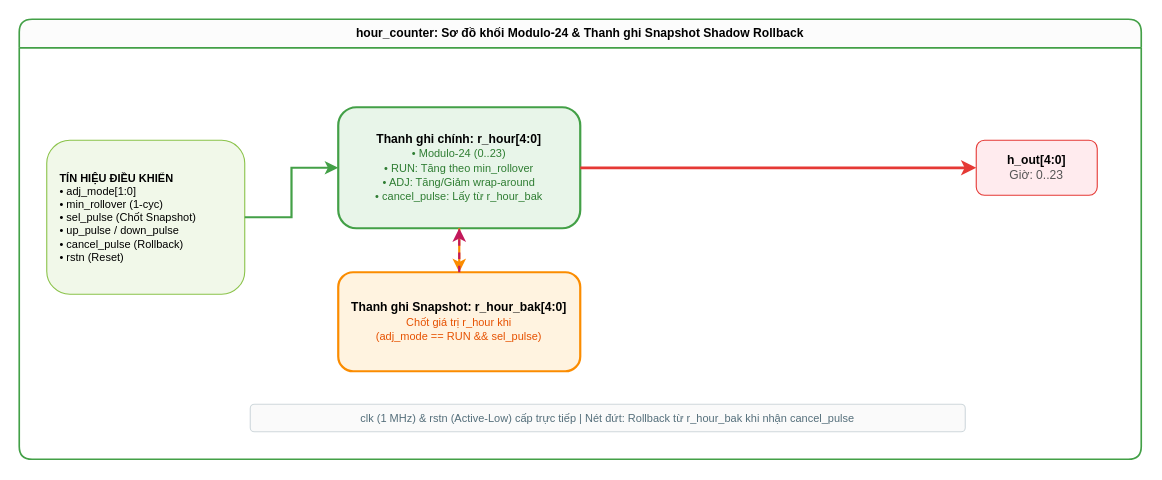
This is docs/diag_3_6_hour_counter.drawio from ngobinh1/Digital_Clock, a draw.io file, before an edit. Source tidied: cells renumbered, new cells numbered last; positions are measured from the earlier drawing's top-left corner, leaving out a move shared by most shapes. Both pictures are drawn from the tidied source at 110%, with x=0, y=0 at pixel (19, 19).
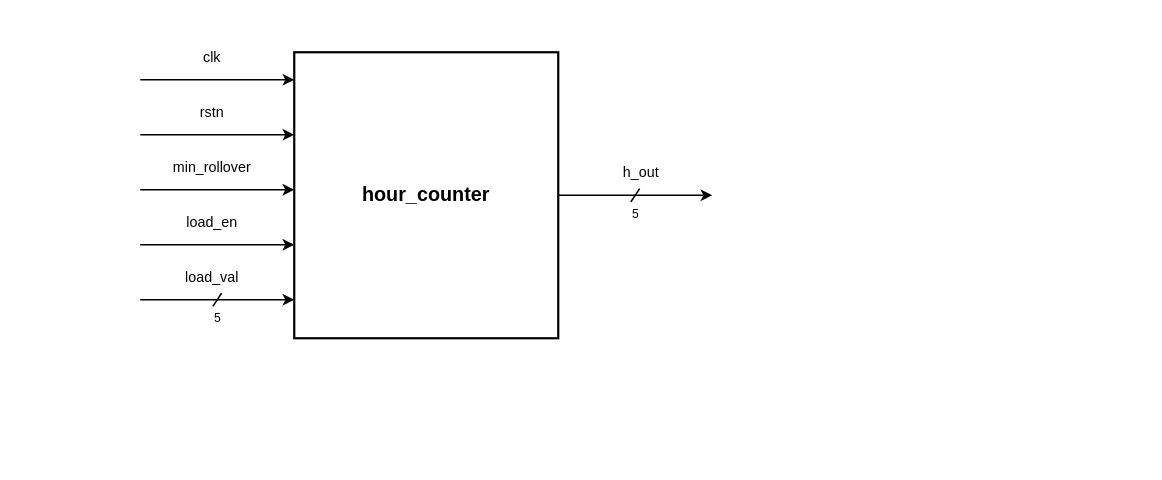
Above is the later version.

Diff of the diagram source:
```diff
@@
-    <mxCell id="2" value="&lt;b&gt;hour_counter: Sơ đồ khối Modulo-24 &amp;amp; Thanh ghi Snapshot Shadow Rollback&lt;/b&gt;" style="swimlane;whiteSpace=wrap;html=1;fillColor=#fcfcfc;strokeColor=#43a047;strokeWidth=1.5;startSize=26;fontFamily=Helvetica;fontSize=11;rounded=1;" parent="1" vertex="1">
-      <mxGeometry width="1020" height="400" as="geometry" />
-    </mxCell>
-    <mxCell id="3" value="&lt;b&gt;TÍN HIỆU ĐIỀU KHIỂN&lt;/b&gt;&lt;br&gt;• adj_mode[1:0]&lt;br&gt;• min_rollover (1-cyc)&lt;br&gt;• sel_pulse (Chốt Snapshot)&lt;br&gt;• up_pulse / down_pulse&lt;br&gt;• cancel_pulse (Rollback)&lt;br&gt;• rstn (Reset)" style="rounded=1;whiteSpace=wrap;html=1;fillColor=#f1f8e9;strokeColor=#8bc34a;align=left;spacingLeft=10;fontSize=10;" parent="2" vertex="1">
-      <mxGeometry x="25" y="110" width="180" height="140" as="geometry" />
-    </mxCell>
-    <mxCell id="4" value="&lt;b&gt;Thanh ghi chính: r_hour[4:0]&lt;/b&gt;&lt;br&gt;&lt;font color='#2e7d32' style='font-size:10px;'&gt;• Modulo-24 (0..23)&lt;br&gt;• RUN: Tăng theo min_rollover&lt;br&gt;• ADJ: Tăng/Giảm wrap-around&lt;br&gt;• cancel_pulse: Lấy từ r_hour_bak&lt;/font&gt;" style="rounded=1;whiteSpace=wrap;html=1;fillColor=#e8f5e9;strokeColor=#43a047;strokeWidth=2;fontSize=11;" parent="2" vertex="1">
-      <mxGeometry x="290" y="80" width="220" height="110" as="geometry" />
-    </mxCell>
-    <mxCell id="5" value="&lt;b&gt;Thanh ghi Snapshot: r_hour_bak[4:0]&lt;/b&gt;&lt;br&gt;&lt;font color='#e65100' style='font-size:10px;'&gt;Chốt giá trị r_hour khi&lt;br&gt;(adj_mode == RUN &amp;amp;&amp;amp; sel_pulse)&lt;/font&gt;" style="rounded=1;whiteSpace=wrap;html=1;fillColor=#fff3e0;strokeColor=#fb8c00;strokeWidth=2;fontSize=11;" parent="2" vertex="1">
-      <mxGeometry x="290" y="230" width="220" height="90" as="geometry" />
-    </mxCell>
-    <mxCell id="6" value="&lt;b&gt;h_out[4:0]&lt;/b&gt;&lt;br&gt;&lt;font color='#555'&gt;Giờ: 0..23&lt;/font&gt;" style="rounded=1;whiteSpace=wrap;html=1;fillColor=#ffebee;strokeColor=#e53935;fontSize=11;" parent="2" vertex="1">
-      <mxGeometry x="870" y="110" width="110" height="50" as="geometry" />
-    </mxCell>
-    <mxCell id="7" style="edgeStyle=orthogonalEdgeStyle;rounded=0;html=1;strokeColor=#43a047;strokeWidth=2;" parent="2" edge="1" source="3" target="4">
-      <mxGeometry relative="1" as="geometry" />
-    </mxCell>
-    <mxCell id="8" style="edgeStyle=orthogonalEdgeStyle;rounded=0;html=1;strokeColor=#fb8c00;strokeWidth=2;" parent="2" edge="1" source="4" target="5">
-      <mxGeometry relative="1" as="geometry" />
-    </mxCell>
-    <mxCell id="9" style="edgeStyle=orthogonalEdgeStyle;rounded=0;html=1;strokeColor=#c2185b;strokeWidth=2;dashed=1;" parent="2" edge="1" source="5" target="4">
-      <mxGeometry relative="1" as="geometry" />
-    </mxCell>
-    <mxCell id="10" style="edgeStyle=orthogonalEdgeStyle;rounded=0;html=1;strokeColor=#e53935;strokeWidth=2.5;" parent="2" edge="1" source="4" target="6">
-      <mxGeometry relative="1" as="geometry" />
-    </mxCell>
-    <mxCell id="11" value="clk (1 MHz) &amp;amp; rstn (Active-Low) cấp trực tiếp | Nét đứt: Rollback từ r_hour_bak khi nhận cancel_pulse" style="rounded=1;whiteSpace=wrap;html=1;fillColor=#fafafa;strokeColor=#cfd8dc;fontColor=#546e7a;fontSize=10;" parent="2" vertex="1">
-      <mxGeometry x="210" y="350" width="650" height="25" as="geometry" />
-    </mxCell>
+    <mxCell id="12" value="hour_counter" style="rounded=0;whiteSpace=wrap;html=1;fillColor=#ffffff;strokeColor=#000000;strokeWidth=2;fontFamily=Helvetica;fontSize=18;fontStyle=1;fontColor=#000000;align=center;verticalAlign=middle;" parent="1" vertex="1">
+      <mxGeometry x="250" y="30" width="240" height="260" as="geometry" />
+    </mxCell>
+    <mxCell id="13" value="clk" style="text;html=1;align=center;verticalAlign=bottom;fontSize=13;fontFamily=Helvetica;fontColor=#000000;" parent="1" vertex="1">
+      <mxGeometry x="110" y="25" width="130" height="20" as="geometry" />
+    </mxCell>
+    <mxCell id="14" style="edgeStyle=orthogonalEdgeStyle;rounded=0;orthogonalLoop=1;jettySize=auto;html=1;strokeColor=#000000;strokeWidth=1.5;endArrow=classic;endFill=1;" parent="1" edge="1">
+      <mxGeometry relative="1" as="geometry">
+        <mxPoint x="110" y="55" as="sourcePoint" />
+        <mxPoint x="250" y="55" as="targetPoint" />
+      </mxGeometry>
+    </mxCell>
+    <mxCell id="15" value="rstn" style="text;html=1;align=center;verticalAlign=bottom;fontSize=13;fontFamily=Helvetica;fontColor=#000000;" parent="1" vertex="1">
+      <mxGeometry x="110" y="75" width="130" height="20" as="geometry" />
+    </mxCell>
+    <mxCell id="16" style="edgeStyle=orthogonalEdgeStyle;rounded=0;orthogonalLoop=1;jettySize=auto;html=1;strokeColor=#000000;strokeWidth=1.5;endArrow=classic;endFill=1;" parent="1" edge="1">
+      <mxGeometry relative="1" as="geometry">
+        <mxPoint x="110" y="105" as="sourcePoint" />
+        <mxPoint x="250" y="105" as="targetPoint" />
+      </mxGeometry>
+    </mxCell>
+    <mxCell id="17" value="min_rollover" style="text;html=1;align=center;verticalAlign=bottom;fontSize=13;fontFamily=Helvetica;fontColor=#000000;" parent="1" vertex="1">
+      <mxGeometry x="110" y="125" width="130" height="20" as="geometry" />
+    </mxCell>
+    <mxCell id="18" style="edgeStyle=orthogonalEdgeStyle;rounded=0;orthogonalLoop=1;jettySize=auto;html=1;strokeColor=#000000;strokeWidth=1.5;endArrow=classic;endFill=1;" parent="1" edge="1">
+      <mxGeometry relative="1" as="geometry">
+        <mxPoint x="110" y="155" as="sourcePoint" />
+        <mxPoint x="250" y="155" as="targetPoint" />
+      </mxGeometry>
+    </mxCell>
+    <mxCell id="19" value="load_en" style="text;html=1;align=center;verticalAlign=bottom;fontSize=13;fontFamily=Helvetica;fontColor=#000000;" parent="1" vertex="1">
+      <mxGeometry x="110" y="175" width="130" height="20" as="geometry" />
+    </mxCell>
+    <mxCell id="20" style="edgeStyle=orthogonalEdgeStyle;rounded=0;orthogonalLoop=1;jettySize=auto;html=1;strokeColor=#000000;strokeWidth=1.5;endArrow=classic;endFill=1;" parent="1" edge="1">
+      <mxGeometry relative="1" as="geometry">
+        <mxPoint x="110" y="205" as="sourcePoint" />
+        <mxPoint x="250" y="205" as="targetPoint" />
+      </mxGeometry>
+    </mxCell>
+    <mxCell id="21" value="load_val" style="text;html=1;align=center;verticalAlign=bottom;fontSize=13;fontFamily=Helvetica;fontColor=#000000;" parent="1" vertex="1">
+      <mxGeometry x="110" y="225" width="130" height="20" as="geometry" />
+    </mxCell>
+    <mxCell id="22" style="edgeStyle=orthogonalEdgeStyle;rounded=0;orthogonalLoop=1;jettySize=auto;html=1;strokeColor=#000000;strokeWidth=1.5;endArrow=classic;endFill=1;" parent="1" edge="1">
+      <mxGeometry relative="1" as="geometry">
+        <mxPoint x="110" y="255" as="sourcePoint" />
+        <mxPoint x="250" y="255" as="targetPoint" />
+      </mxGeometry>
+    </mxCell>
+    <mxCell id="23" style="endArrow=none;html=1;strokeColor=#000000;strokeWidth=1.5;" parent="1" edge="1">
+      <mxGeometry relative="1" as="geometry">
+        <mxPoint x="176" y="261" as="sourcePoint" />
+        <mxPoint x="184" y="249" as="targetPoint" />
+      </mxGeometry>
+    </mxCell>
+    <mxCell id="24" value="5" style="text;html=1;align=center;verticalAlign=top;fontSize=11;fontFamily=Helvetica;fontColor=#000000;" parent="1" vertex="1">
+      <mxGeometry x="170" y="259" width="20" height="16" as="geometry" />
+    </mxCell>
+    <mxCell id="25" value="h_out" style="text;html=1;align=center;verticalAlign=bottom;fontSize=13;fontFamily=Helvetica;fontColor=#000000;" parent="1" vertex="1">
+      <mxGeometry x="500" y="130" width="130" height="20" as="geometry" />
+    </mxCell>
+    <mxCell id="26" style="edgeStyle=orthogonalEdgeStyle;rounded=0;orthogonalLoop=1;jettySize=auto;html=1;strokeColor=#000000;strokeWidth=1.5;endArrow=classic;endFill=1;" parent="1" edge="1">
+      <mxGeometry relative="1" as="geometry">
+        <mxPoint x="490" y="160" as="sourcePoint" />
+        <mxPoint x="630" y="160" as="targetPoint" />
+      </mxGeometry>
+    </mxCell>
+    <mxCell id="27" style="endArrow=none;html=1;strokeColor=#000000;strokeWidth=1.5;" parent="1" edge="1">
+      <mxGeometry relative="1" as="geometry">
+        <mxPoint x="556" y="166" as="sourcePoint" />
+        <mxPoint x="564" y="154" as="targetPoint" />
+      </mxGeometry>
+    </mxCell>
+    <mxCell id="28" value="5" style="text;html=1;align=center;verticalAlign=top;fontSize=11;fontFamily=Helvetica;fontColor=#000000;" parent="1" vertex="1">
+      <mxGeometry x="550" y="164" width="20" height="16" as="geometry" />
+    </mxCell>
```
